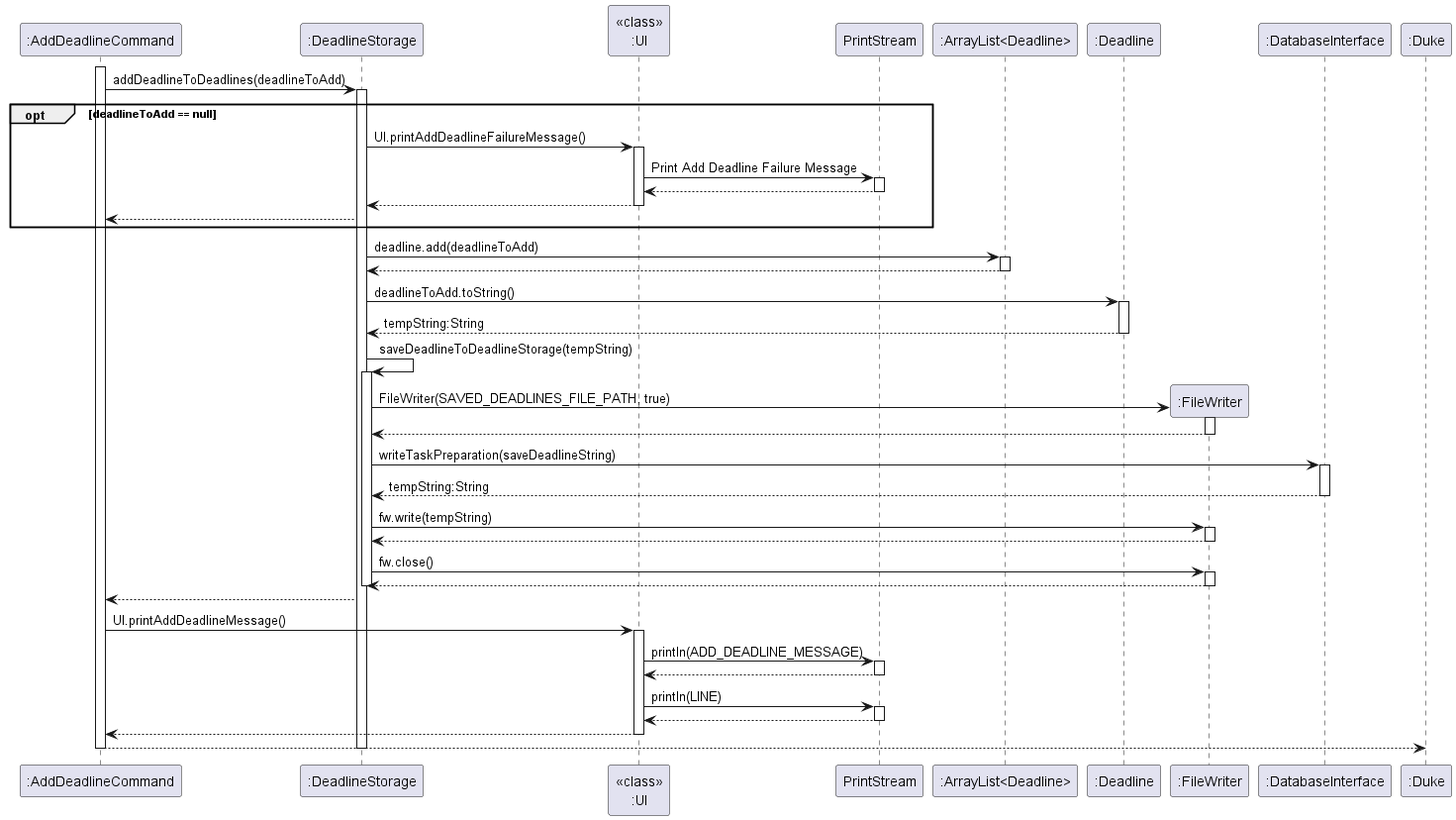
This is docs/diagrams/Deadline/AddDeadlineCommandSequenceDiagram.png from nus-cs2113-AY2223S2/tp, a PlantUML export, as it was before one commit. The source it was exported from:
```plantuml
@startuml

activate ":AddDeadlineCommand"
":AddDeadlineCommand" -> ":DeadlineStorage" : addDeadlineToDeadlines(deadlineToAdd)
activate ":DeadlineStorage"
opt deadlineToAdd == null
":DeadlineStorage" -> "<<class>>\n:UI" : UI.printAddDeadlineFailureMessage()
activate "<<class>>\n:UI"
"<<class>>\n:UI" -> "PrintStream" : Print Add Deadline Failure Message
activate "PrintStream"
"<<class>>\n:UI" <-- "PrintStream"
deactivate "PrintStream"
":DeadlineStorage" <-- "<<class>>\n:UI"
deactivate "<<class>>\n:UI"
":AddDeadlineCommand"<-- ":DeadlineStorage"
end

":DeadlineStorage" -> ":ArrayList<Deadline>" : deadline.add(deadlineToAdd)
activate ":ArrayList<Deadline>"
":DeadlineStorage" <-- ":ArrayList<Deadline>"
deactivate ":ArrayList<Deadline>"

":DeadlineStorage" -> ":Deadline" : deadlineToAdd.toString()
activate ":Deadline"
":DeadlineStorage" <-- ":Deadline" : tempString:String
deactivate ":Deadline"
":DeadlineStorage" -> ":DeadlineStorage" : saveDeadlineToDeadlineStorage(tempString)
activate ":DeadlineStorage"
create ":FileWriter"
":DeadlineStorage" -> ":FileWriter" : FileWriter(SAVED_DEADLINES_FILE_PATH, true)
activate ":FileWriter"
":DeadlineStorage" <-- ":FileWriter"
deactivate ":FileWriter"
":DeadlineStorage" -> ":DatabaseInterface" : writeTaskPreparation(saveDeadlineString)
activate ":DatabaseInterface"
":DeadlineStorage" <-- ":DatabaseInterface" : tempString:String
deactivate ":DatabaseInterface"
":DeadlineStorage" -> ":FileWriter" : fw.write(tempString)
activate ":FileWriter"
":DeadlineStorage" <-- ":FileWriter"
deactivate ":FileWriter"
":DeadlineStorage" -> ":FileWriter" : fw.close()
activate ":FileWriter"
":DeadlineStorage" <-- ":FileWriter"
deactivate ":FileWriter"
deactivate ":DeadlineStorage"
":AddDeadlineCommand" <-- ":DeadlineStorage"
":AddDeadlineCommand" -> "<<class>>\n:UI" : UI.printAddDeadlineMessage()
activate "<<class>>\n:UI"
"<<class>>\n:UI" -> PrintStream :  println(ADD_DEADLINE_MESSAGE)
activate PrintStream
"<<class>>\n:UI" <-- PrintStream
deactivate PrintStream
"<<class>>\n:UI" -> PrintStream :  println(LINE)
activate PrintStream
"<<class>>\n:UI" <-- PrintStream
deactivate PrintStream
":AddDeadlineCommand" <-- "<<class>>\n:UI"
deactivate "<<class>>\n:UI"
":Duke" <-- ":AddDeadlineCommand"

deactivate ":DeadlineStorage"
deactivate ":AddDeadlineCommand"
@enduml
```
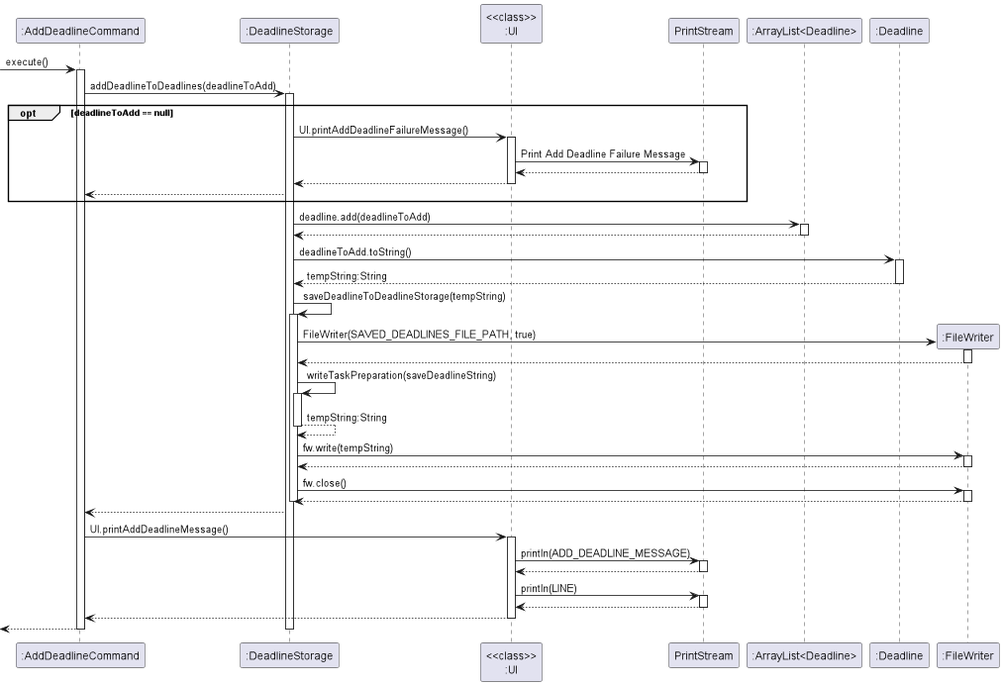
The same diagram one commit later.

Commit message:
change name from Duke to SEPHelper

What changed in the source:
```diff
@@ -1,5 +1,6 @@
 @startuml
 
+-> ":AddDeadlineCommand" : execute()
 activate ":AddDeadlineCommand"
 ":AddDeadlineCommand" -> ":DeadlineStorage" : addDeadlineToDeadlines(deadlineToAdd)
 activate ":DeadlineStorage"
@@ -31,10 +32,10 @@
 activate ":FileWriter"
 ":DeadlineStorage" <-- ":FileWriter"
 deactivate ":FileWriter"
-":DeadlineStorage" -> ":DatabaseInterface" : writeTaskPreparation(saveDeadlineString)
-activate ":DatabaseInterface"
-":DeadlineStorage" <-- ":DatabaseInterface" : tempString:String
-deactivate ":DatabaseInterface"
+":DeadlineStorage" -> ":DeadlineStorage" : writeTaskPreparation(saveDeadlineString)
+activate ":DeadlineStorage"
+":DeadlineStorage" --> ":DeadlineStorage" : tempString:String
+deactivate ":DeadlineStorage"
 ":DeadlineStorage" -> ":FileWriter" : fw.write(tempString)
 activate ":FileWriter"
 ":DeadlineStorage" <-- ":FileWriter"
@@ -57,7 +58,7 @@
 deactivate PrintStream
 ":AddDeadlineCommand" <-- "<<class>>\n:UI"
 deactivate "<<class>>\n:UI"
-":Duke" <-- ":AddDeadlineCommand"
+<-- ":AddDeadlineCommand"
 
 deactivate ":DeadlineStorage"
 deactivate ":AddDeadlineCommand"
```
